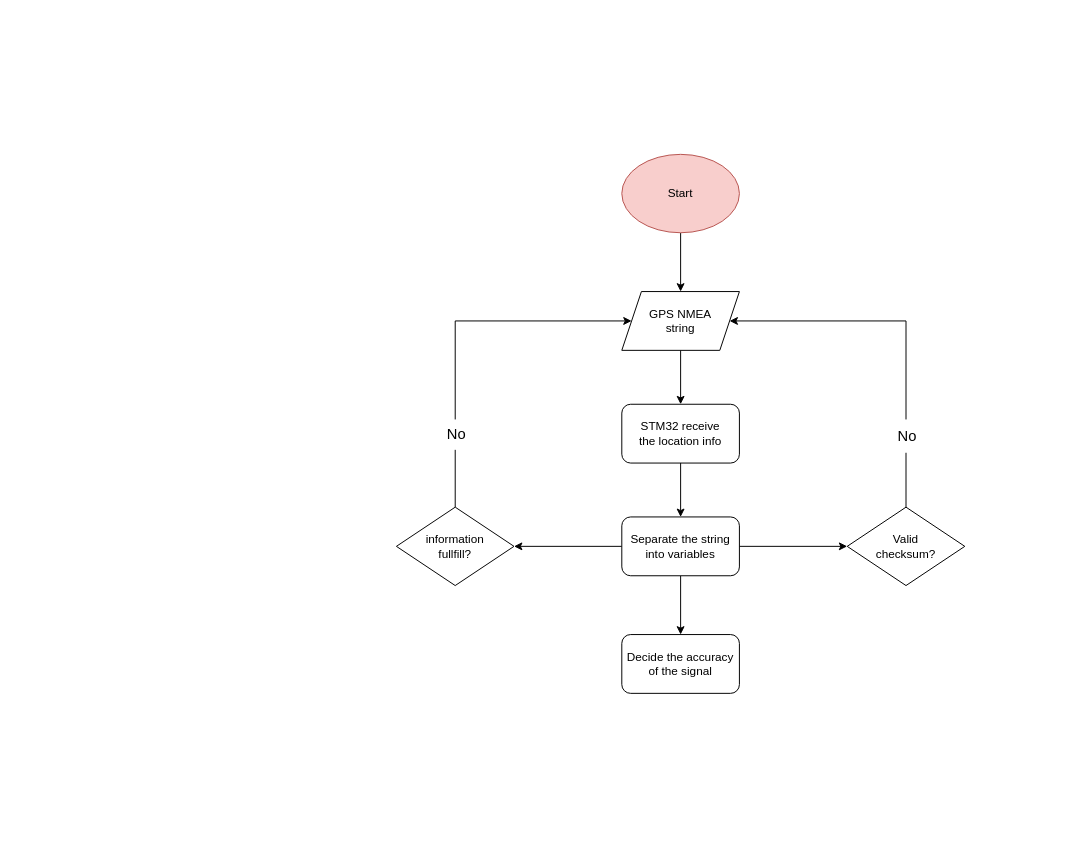
Earlier version of the draw.io diagram GPS-device-flowchart.drawio (lukas0173/Draw.io). Source tidied: cells renumbered, new cells numbered last; positions are measured from the earlier drawing's top-left corner, leaving out a move shared by most shapes. Both pictures are drawn from the tidied source at 98%, with x=0, y=0 at pixel (396, 154).
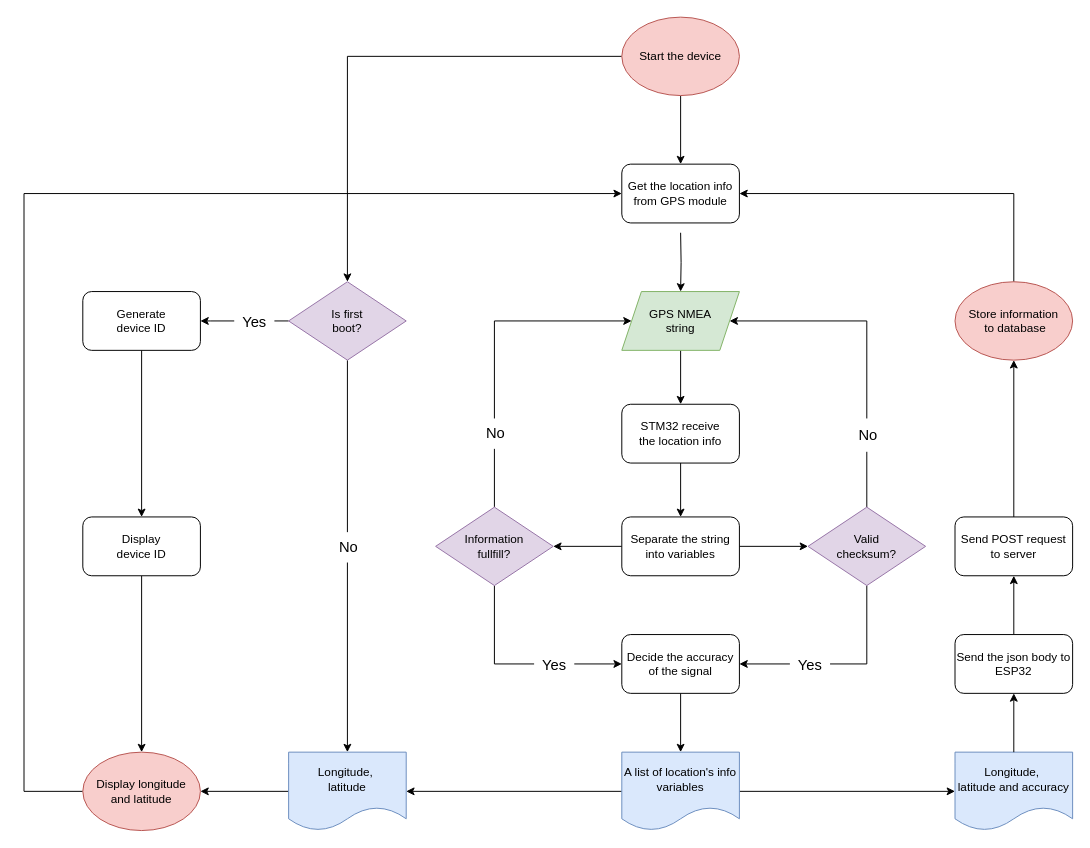
Above is the later version.

The change refers to these unchanged cells:
```xml
<mxCell id="17" value="Separate the string into variables" style="rounded=1;whiteSpace=wrap;html=1;" parent="1" vertex="1">
  <mxGeometry x="230" y="370" width="120" height="60" as="geometry" />
</mxCell>
<mxCell id="18" value="Decide the accuracy of the signal" style="rounded=1;whiteSpace=wrap;html=1;" parent="1" vertex="1">
  <mxGeometry x="230" y="490" width="120" height="60" as="geometry" />
</mxCell>
```

What changed in the source:
```diff
@@
-    <mxCell id="2" style="edgeStyle=orthogonalEdgeStyle;rounded=0;jettySize=auto;html=1;" parent="1" edge="1" source="3" target="5">
-      <mxGeometry relative="1" as="geometry" />
+    <mxCell id="2" style="edgeStyle=orthogonalEdgeStyle;rounded=0;jettySize=auto;html=1;" parent="1" edge="1" target="5">
+      <mxGeometry relative="1" as="geometry">
+        <mxPoint x="290" y="80" as="sourcePoint" />
+      </mxGeometry>
     </mxCell>
-    <mxCell id="3" value="Start" style="ellipse;whiteSpace=wrap;html=1;fillColor=#f8cecc;strokeColor=#b85450;" parent="1" vertex="1">
-      <mxGeometry x="230" width="120" height="80" as="geometry" />
-    </mxCell>
+    <mxCell id="19" style="edgeStyle=orthogonalEdgeStyle;rounded=0;jettySize=auto;html=1;entryX=1;entryY=0.5;entryDx=0;entryDy=0;" parent="1" edge="1" source="35" target="32">
+      <mxGeometry relative="1" as="geometry">
+        <Array as="points">
+          <mxPoint x="-190" y="170" />
+          <mxPoint x="-190" y="170" />
+        </Array>
+      </mxGeometry>
+    </mxCell>
+    <mxCell id="20" value="&lt;p style=&quot;line-height: 80%;&quot;&gt;&lt;/p&gt;&lt;font style=&quot;font-size: 15px;&quot;&gt;&amp;nbsp; Yes&amp;nbsp;&amp;nbsp; &lt;br&gt;&lt;/font&gt;&lt;p&gt;&lt;/p&gt;" style="edgeLabel;html=1;align=center;verticalAlign=middle;" parent="19" vertex="1">
+      <mxGeometry x="-0.25" y="2" relative="1" as="geometry">
+        <mxPoint x="-2" y="-2" as="offset" />
+      </mxGeometry>
+    </mxCell>
@@
-    <mxCell id="5" value="&lt;div&gt;GPS NMEA&lt;/div&gt;&lt;div&gt;string&lt;br&gt;&lt;/div&gt;" style="shape=parallelogram;perimeter=parallelogramPerimeter;whiteSpace=wrap;html=1;fixedSize=1;" parent="1" vertex="1">
+    <mxCell id="5" value="&lt;div&gt;GPS NMEA&lt;/div&gt;&lt;div&gt;string&lt;br&gt;&lt;/div&gt;" style="shape=parallelogram;perimeter=parallelogramPerimeter;whiteSpace=wrap;html=1;fixedSize=1;fillColor=#d5e8d4;strokeColor=#82b366;" parent="1" vertex="1">
       <mxGeometry x="230" y="140" width="120" height="60" as="geometry" />
     </mxCell>
     <mxCell id="6" style="edgeStyle=orthogonalEdgeStyle;rounded=0;jettySize=auto;html=1;entryX=1;entryY=0.5;entryDx=0;entryDy=0;" parent="1" edge="1" source="8" target="5">
       <mxGeometry relative="1" as="geometry">
         <Array as="points">
-          <mxPoint x="520" y="170" />
+          <mxPoint x="480" y="170" />
         </Array>
       </mxGeometry>
     </mxCell>
     <mxCell id="7" value="&lt;p style=&quot;line-height: 80%;&quot;&gt;&lt;/p&gt;&lt;div style=&quot;font-size: 15px; line-height: 80%;&quot;&gt;No&lt;/div&gt;&lt;p&gt;&lt;/p&gt;" style="edgeLabel;html=1;align=center;verticalAlign=middle;" parent="6" vertex="1">
       <mxGeometry x="-0.69" y="-2" relative="1" as="geometry">
-        <mxPoint x="-2" y="-17" as="offset" />
+        <mxPoint x="-2" y="-24" as="offset" />
       </mxGeometry>
     </mxCell>
+    <mxCell id="21" style="edgeStyle=orthogonalEdgeStyle;rounded=0;jettySize=auto;html=1;entryX=1;entryY=0.5;entryDx=0;entryDy=0;" parent="1" edge="1" source="8" target="18">
+      <mxGeometry relative="1" as="geometry">
+        <Array as="points">
+          <mxPoint x="480" y="520" />
+        </Array>
+      </mxGeometry>
+    </mxCell>
+    <mxCell id="22" value="&lt;font style=&quot;font-size: 15px;&quot;&gt;&amp;nbsp; Yes&amp;nbsp;&amp;nbsp; &lt;br&gt;&lt;/font&gt;" style="edgeLabel;html=1;align=center;verticalAlign=middle;" parent="21" vertex="1">
+      <mxGeometry x="0.42" relative="1" as="geometry">
+        <mxPoint x="10" as="offset" />
+      </mxGeometry>
+    </mxCell>
-    <mxCell id="8" value="&lt;div&gt;Valid&lt;/div&gt;&lt;div&gt;checksum?&lt;br&gt;&lt;/div&gt;" style="rhombus;whiteSpace=wrap;html=1;" parent="1" vertex="1">
-      <mxGeometry x="460" y="360" width="120" height="80" as="geometry" />
+    <mxCell id="8" value="&lt;div&gt;Valid&lt;/div&gt;&lt;div&gt;checksum?&lt;br&gt;&lt;/div&gt;" style="rhombus;whiteSpace=wrap;html=1;fillColor=#e1d5e7;strokeColor=#9673a6;" parent="1" vertex="1">
+      <mxGeometry x="420" y="360" width="120" height="80" as="geometry" />
     </mxCell>
     <mxCell id="9" style="edgeStyle=orthogonalEdgeStyle;rounded=0;jettySize=auto;html=1;entryX=0;entryY=0.5;entryDx=0;entryDy=0;" parent="1" edge="1" source="11" target="5">
       <mxGeometry relative="1" as="geometry">
         <Array as="points">
-          <mxPoint x="60" y="170" />
+          <mxPoint x="100" y="170" />
         </Array>
       </mxGeometry>
     </mxCell>
     <mxCell id="10" value="&lt;p style=&quot;line-height: 80%;&quot;&gt;&lt;font style=&quot;font-size: 15px;&quot;&gt;No&lt;/font&gt;&lt;/p&gt;" style="edgeLabel;html=1;align=center;verticalAlign=middle;" parent="9" vertex="1">
       <mxGeometry x="-0.63" relative="1" as="geometry">
-        <mxPoint y="-7" as="offset" />
+        <mxPoint y="-15" as="offset" />
       </mxGeometry>
     </mxCell>
+    <mxCell id="23" style="edgeStyle=orthogonalEdgeStyle;rounded=0;jettySize=auto;html=1;entryX=0;entryY=0.5;entryDx=0;entryDy=0;" parent="1" edge="1" source="11" target="18">
+      <mxGeometry relative="1" as="geometry">
+        <Array as="points">
+          <mxPoint x="100" y="520" />
+        </Array>
+      </mxGeometry>
+    </mxCell>
+    <mxCell id="24" value="&lt;font style=&quot;font-size: 15px;&quot;&gt;&amp;nbsp; Yes&amp;nbsp;&amp;nbsp; &lt;br&gt;&lt;/font&gt;" style="edgeLabel;html=1;align=center;verticalAlign=middle;" parent="23" vertex="1">
+      <mxGeometry x="0.23" y="-1" relative="1" as="geometry">
+        <mxPoint x="11" y="-1" as="offset" />
+      </mxGeometry>
+    </mxCell>
-    <mxCell id="11" value="&lt;div&gt;information&lt;/div&gt;&lt;div&gt;fullfill?&lt;br&gt;&lt;/div&gt;" style="rhombus;whiteSpace=wrap;html=1;" parent="1" vertex="1">
-      <mxGeometry y="360" width="120" height="80" as="geometry" />
+    <mxCell id="11" value="&lt;div&gt;Information&lt;/div&gt;&lt;div&gt;fullfill?&lt;br&gt;&lt;/div&gt;" style="rhombus;whiteSpace=wrap;html=1;fillColor=#e1d5e7;strokeColor=#9673a6;" parent="1" vertex="1">
+      <mxGeometry x="40" y="360" width="120" height="80" as="geometry" />
     </mxCell>
@@
-    <mxCell id="16" style="edgeStyle=orthogonalEdgeStyle;rounded=0;jettySize=auto;html=1;" parent="1" edge="1" source="17" target="18">
-      <mxGeometry relative="1" as="geometry" />
-    </mxCell>
@@
+    <mxCell id="25" style="edgeStyle=orthogonalEdgeStyle;rounded=0;jettySize=auto;html=1;" parent="1" edge="1" source="18" target="28">
+      <mxGeometry relative="1" as="geometry" />
+    </mxCell>
@@
+    <mxCell id="26" style="edgeStyle=orthogonalEdgeStyle;rounded=0;jettySize=auto;html=1;entryX=1;entryY=0.5;entryDx=0;entryDy=0;" parent="1" edge="1" source="28" target="30">
+      <mxGeometry relative="1" as="geometry" />
+    </mxCell>
+    <mxCell id="27" style="edgeStyle=orthogonalEdgeStyle;rounded=0;jettySize=auto;html=1;entryX=0;entryY=0.5;entryDx=0;entryDy=0;" parent="1" edge="1" source="28" target="41">
+      <mxGeometry relative="1" as="geometry" />
+    </mxCell>
+    <mxCell id="28" value="A list of location's info variables" style="shape=document;whiteSpace=wrap;html=1;boundedLbl=1;fillColor=#dae8fc;strokeColor=#6c8ebf;" parent="1" vertex="1">
+      <mxGeometry x="230" y="610" width="120" height="80" as="geometry" />
+    </mxCell>
+    <mxCell id="29" style="edgeStyle=orthogonalEdgeStyle;rounded=0;jettySize=auto;html=1;entryX=1;entryY=0.5;entryDx=0;entryDy=0;" parent="1" edge="1" source="30" target="37">
+      <mxGeometry relative="1" as="geometry" />
+    </mxCell>
+    <mxCell id="30" value="&lt;div&gt;Longitude,&amp;nbsp;&lt;/div&gt;&lt;div&gt;latitude&lt;/div&gt;" style="shape=document;whiteSpace=wrap;html=1;boundedLbl=1;fillColor=#dae8fc;strokeColor=#6c8ebf;" parent="1" vertex="1">
+      <mxGeometry x="-110" y="610" width="120" height="80" as="geometry" />
+    </mxCell>
+    <mxCell id="31" style="edgeStyle=orthogonalEdgeStyle;rounded=0;jettySize=auto;html=1;entryX=0.5;entryY=0;entryDx=0;entryDy=0;" parent="1" edge="1" source="32" target="39">
+      <mxGeometry relative="1" as="geometry" />
+    </mxCell>
+    <mxCell id="32" value="&lt;div&gt;Generate&lt;/div&gt;&lt;div&gt;device ID&lt;br&gt;&lt;/div&gt;" style="rounded=1;whiteSpace=wrap;html=1;" parent="1" vertex="1">
+      <mxGeometry x="-320" y="140" width="120" height="60" as="geometry" />
+    </mxCell>
+    <mxCell id="33" style="edgeStyle=orthogonalEdgeStyle;rounded=0;jettySize=auto;html=1;entryX=0.5;entryY=0;entryDx=0;entryDy=0;" parent="1" edge="1" source="35" target="30">
+      <mxGeometry relative="1" as="geometry" />
+    </mxCell>
+    <mxCell id="34" value="&lt;p style=&quot;line-height: 80%;&quot;&gt;&lt;font style=&quot;font-size: 15px;&quot;&gt;No&lt;/font&gt;&lt;/p&gt;" style="edgeLabel;html=1;align=center;verticalAlign=middle;" parent="33" vertex="1">
+      <mxGeometry x="-0.06" y="1" relative="1" as="geometry">
+        <mxPoint x="-1" y="2" as="offset" />
+      </mxGeometry>
+    </mxCell>
+    <mxCell id="35" value="&lt;div&gt;Is first&lt;/div&gt;&lt;div&gt;boot?&lt;br&gt;&lt;/div&gt;" style="rhombus;whiteSpace=wrap;html=1;fillColor=#e1d5e7;strokeColor=#9673a6;" parent="1" vertex="1">
+      <mxGeometry x="-110" y="130" width="120" height="80" as="geometry" />
+    </mxCell>
+    <mxCell id="36" style="edgeStyle=orthogonalEdgeStyle;rounded=0;jettySize=auto;html=1;entryX=0;entryY=0.5;entryDx=0;entryDy=0;" parent="1" edge="1" source="37" target="49">
+      <mxGeometry relative="1" as="geometry">
+        <Array as="points">
+          <mxPoint x="-380" y="650" />
+          <mxPoint x="-380" y="40" />
+        </Array>
+      </mxGeometry>
+    </mxCell>
+    <mxCell id="37" value="&lt;div&gt;Display longitude&lt;/div&gt;&lt;div&gt;and latitude&lt;br&gt;&lt;/div&gt;" style="ellipse;whiteSpace=wrap;html=1;fillColor=#f8cecc;strokeColor=#b85450;" parent="1" vertex="1">
+      <mxGeometry x="-320" y="610" width="120" height="80" as="geometry" />
+    </mxCell>
+    <mxCell id="38" style="edgeStyle=orthogonalEdgeStyle;rounded=0;jettySize=auto;html=1;entryX=0.5;entryY=0;entryDx=0;entryDy=0;" parent="1" edge="1" source="39" target="37">
+      <mxGeometry relative="1" as="geometry" />
+    </mxCell>
+    <mxCell id="39" value="&lt;div&gt;Display&lt;/div&gt;&lt;div&gt;device ID&lt;br&gt;&lt;/div&gt;" style="rounded=1;whiteSpace=wrap;html=1;" parent="1" vertex="1">
+      <mxGeometry x="-320" y="370" width="120" height="60" as="geometry" />
+    </mxCell>
+    <mxCell id="40" style="edgeStyle=orthogonalEdgeStyle;rounded=0;jettySize=auto;html=1;entryX=0.5;entryY=1;entryDx=0;entryDy=0;" parent="1" edge="1" source="51" target="43">
+      <mxGeometry relative="1" as="geometry" />
+    </mxCell>
+    <mxCell id="41" value="&lt;div&gt;Longitude,&amp;nbsp;&lt;/div&gt;&lt;div&gt;latitude and accuracy&lt;br&gt;&lt;/div&gt;" style="shape=document;whiteSpace=wrap;html=1;boundedLbl=1;fillColor=#dae8fc;strokeColor=#6c8ebf;" parent="1" vertex="1">
+      <mxGeometry x="570" y="610" width="120" height="80" as="geometry" />
+    </mxCell>
+    <mxCell id="42" style="edgeStyle=orthogonalEdgeStyle;rounded=0;jettySize=auto;html=1;entryX=0.5;entryY=1;entryDx=0;entryDy=0;" parent="1" edge="1" source="43" target="45">
+      <mxGeometry relative="1" as="geometry" />
+    </mxCell>
+    <mxCell id="43" value="Send POST request to server" style="rounded=1;whiteSpace=wrap;html=1;" parent="1" vertex="1">
+      <mxGeometry x="570" y="370" width="120" height="60" as="geometry" />
+    </mxCell>
+    <mxCell id="44" style="edgeStyle=orthogonalEdgeStyle;rounded=0;jettySize=auto;html=1;entryX=1;entryY=0.5;entryDx=0;entryDy=0;" parent="1" edge="1" source="45" target="49">
+      <mxGeometry relative="1" as="geometry">
+        <Array as="points">
+          <mxPoint x="630" y="40" />
+        </Array>
+      </mxGeometry>
+    </mxCell>
+    <mxCell id="45" value="&lt;div&gt;Store information&lt;/div&gt;&lt;div&gt;&amp;nbsp;to database&lt;/div&gt;" style="ellipse;whiteSpace=wrap;html=1;fillColor=#f8cecc;strokeColor=#b85450;" parent="1" vertex="1">
+      <mxGeometry x="570" y="130" width="120" height="80" as="geometry" />
+    </mxCell>
+    <mxCell id="46" style="edgeStyle=orthogonalEdgeStyle;rounded=0;jettySize=auto;html=1;" parent="1" edge="1" source="48" target="49">
+      <mxGeometry relative="1" as="geometry" />
+    </mxCell>
+    <mxCell id="47" style="edgeStyle=orthogonalEdgeStyle;rounded=0;jettySize=auto;html=1;entryX=0.5;entryY=0;entryDx=0;entryDy=0;" parent="1" edge="1" source="48" target="35">
+      <mxGeometry relative="1" as="geometry" />
+    </mxCell>
+    <mxCell id="48" value="Start the device" style="ellipse;whiteSpace=wrap;html=1;fillColor=#f8cecc;strokeColor=#b85450;" parent="1" vertex="1">
+      <mxGeometry x="230" y="-140" width="120" height="80" as="geometry" />
+    </mxCell>
+    <mxCell id="49" value="Get the location info from GPS module" style="rounded=1;whiteSpace=wrap;html=1;" parent="1" vertex="1">
+      <mxGeometry x="230" y="10" width="120" height="60" as="geometry" />
+    </mxCell>
+    <mxCell id="50" style="edgeStyle=orthogonalEdgeStyle;rounded=0;jettySize=auto;html=1;entryX=0.5;entryY=1;entryDx=0;entryDy=0;" parent="1" edge="1" source="41" target="51">
+      <mxGeometry relative="1" as="geometry" />
+    </mxCell>
+    <mxCell id="51" value="Send the json body to ESP32" style="rounded=1;whiteSpace=wrap;html=1;" parent="1" vertex="1">
+      <mxGeometry x="570" y="490" width="120" height="60" as="geometry" />
+    </mxCell>
```
